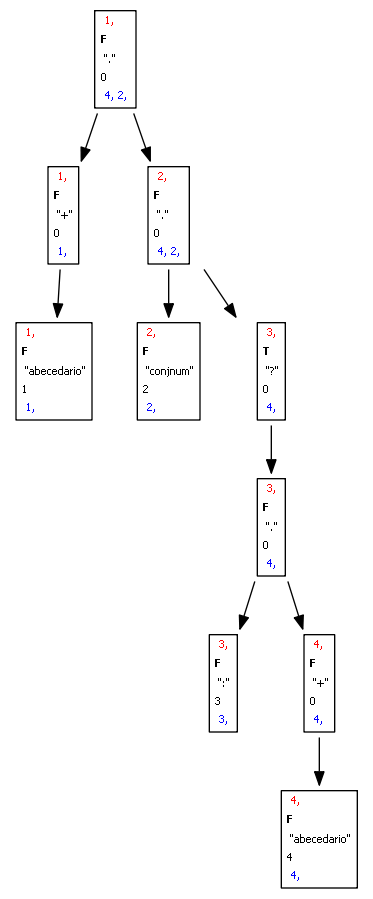
Earlier version of the Graphviz export arbol0.png (sergio201801442/OLC1_Practica1_201801442). Its source is kept beside it as arbol0.dot.
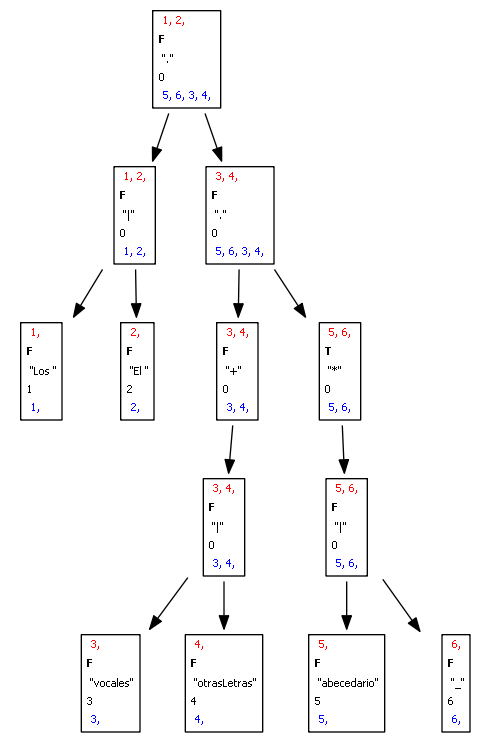
After the change.

Diff of the diagram source:
```diff
@@ -1,82 +1,106 @@
 digraph D {
 
-  node [shape=plaintext fontname="Sans serif" fontsize="8"];1526925548 [ label=<
+  node [shape=plaintext fontname="Sans serif" fontsize="8"];1160355335 [ label=<
+   <table border="1" cellborder="0" cellspacing="1">
+ <tr><td align="left"> <font color="red">1, 2, </font></td></tr>
+<tr><td align="left"><b>F</b></td></tr>
+<tr><td align="left"> "."</td></tr>
+     <tr><td align="left">0</td></tr>
+ <tr><td align="left"> <font color="blue">5, 6, 3, 4, </font></td></tr>
+   </table>>];1963203236 [ label=<
+   <table border="1" cellborder="0" cellspacing="1">
+ <tr><td align="left"> <font color="red">1, 2, </font></td></tr>
+<tr><td align="left"><b>F</b></td></tr>
+<tr><td align="left"> "|"</td></tr>
+     <tr><td align="left">0</td></tr>
+ <tr><td align="left"> <font color="blue">1, 2, </font></td></tr>
+   </table>>];189386861 [ label=<
    <table border="1" cellborder="0" cellspacing="1">
  <tr><td align="left"> <font color="red">1, </font></td></tr>
 <tr><td align="left"><b>F</b></td></tr>
+<tr><td align="left"> "Los "</td></tr>
+     <tr><td align="left">1</td></tr>
+ <tr><td align="left"> <font color="blue">1, </font></td></tr>
+   </table>>];1963203236->189386861
+1680685339 [ label=<
+   <table border="1" cellborder="0" cellspacing="1">
+ <tr><td align="left"> <font color="red">2, </font></td></tr>
+<tr><td align="left"><b>F</b></td></tr>
+<tr><td align="left"> "El "</td></tr>
+     <tr><td align="left">2</td></tr>
+ <tr><td align="left"> <font color="blue">2, </font></td></tr>
+   </table>>];1963203236->1680685339
+1160355335->1963203236
+1836927551 [ label=<
+   <table border="1" cellborder="0" cellspacing="1">
+ <tr><td align="left"> <font color="red">3, 4, </font></td></tr>
+<tr><td align="left"><b>F</b></td></tr>
 <tr><td align="left"> "."</td></tr>
      <tr><td align="left">0</td></tr>
- <tr><td align="left"> <font color="blue">4, 2, </font></td></tr>
-   </table>>];616329364 [ label=<
+ <tr><td align="left"> <font color="blue">5, 6, 3, 4, </font></td></tr>
+   </table>>];947502094 [ label=<
    <table border="1" cellborder="0" cellspacing="1">
- <tr><td align="left"> <font color="red">1, </font></td></tr>
+ <tr><td align="left"> <font color="red">3, 4, </font></td></tr>
 <tr><td align="left"><b>F</b></td></tr>
 <tr><td align="left"> "+"</td></tr>
      <tr><td align="left">0</td></tr>
- <tr><td align="left"> <font color="blue">1, </font></td></tr>
-   </table>>];574749201 [ label=<
+ <tr><td align="left"> <font color="blue">3, 4, </font></td></tr>
+   </table>>];2113325524 [ label=<
    <table border="1" cellborder="0" cellspacing="1">
- <tr><td align="left"> <font color="red">1, </font></td></tr>
+ <tr><td align="left"> <font color="red">3, 4, </font></td></tr>
 <tr><td align="left"><b>F</b></td></tr>
-<tr><td align="left"> "abecedario"</td></tr>
-     <tr><td align="left">1</td></tr>
- <tr><td align="left"> <font color="blue">1, </font></td></tr>
-   </table>>];616329364->574749201
-1526925548->616329364
-8215914 [ label=<
-   <table border="1" cellborder="0" cellspacing="1">
- <tr><td align="left"> <font color="red">2, </font></td></tr>
-<tr><td align="left"><b>F</b></td></tr>
-<tr><td align="left"> "."</td></tr>
+<tr><td align="left"> "|"</td></tr>
      <tr><td align="left">0</td></tr>
- <tr><td align="left"> <font color="blue">4, 2, </font></td></tr>
-   </table>>];1132093921 [ label=<
-   <table border="1" cellborder="0" cellspacing="1">
- <tr><td align="left"> <font color="red">2, </font></td></tr>
-<tr><td align="left"><b>F</b></td></tr>
-<tr><td align="left"> "conjnum"</td></tr>
-     <tr><td align="left">2</td></tr>
- <tr><td align="left"> <font color="blue">2, </font></td></tr>
-   </table>>];8215914->1132093921
-75862474 [ label=<
-   <table border="1" cellborder="0" cellspacing="1">
- <tr><td align="left"> <font color="red">3, </font></td></tr>
-<tr><td align="left"><b>T</b></td></tr>
-<tr><td align="left"> "?"</td></tr>
-     <tr><td align="left">0</td></tr>
- <tr><td align="left"> <font color="blue">4, </font></td></tr>
-   </table>>];691630649 [ label=<
+ <tr><td align="left"> <font color="blue">3, 4, </font></td></tr>
+   </table>>];1881064080 [ label=<
    <table border="1" cellborder="0" cellspacing="1">
  <tr><td align="left"> <font color="red">3, </font></td></tr>
 <tr><td align="left"><b>F</b></td></tr>
-<tr><td align="left"> "."</td></tr>
-     <tr><td align="left">0</td></tr>
- <tr><td align="left"> <font color="blue">4, </font></td></tr>
-   </table>>];1137044601 [ label=<
-   <table border="1" cellborder="0" cellspacing="1">
- <tr><td align="left"> <font color="red">3, </font></td></tr>
-<tr><td align="left"><b>F</b></td></tr>
-<tr><td align="left"> ":"</td></tr>
+<tr><td align="left"> "vocales"</td></tr>
      <tr><td align="left">3</td></tr>
  <tr><td align="left"> <font color="blue">3, </font></td></tr>
-   </table>>];691630649->1137044601
-1403058313 [ label=<
+   </table>>];2113325524->1881064080
+1999983134 [ label=<
    <table border="1" cellborder="0" cellspacing="1">
  <tr><td align="left"> <font color="red">4, </font></td></tr>
 <tr><td align="left"><b>F</b></td></tr>
-<tr><td align="left"> "+"</td></tr>
+<tr><td align="left"> "otrasLetras"</td></tr>
+     <tr><td align="left">4</td></tr>
+ <tr><td align="left"> <font color="blue">4, </font></td></tr>
+   </table>>];2113325524->1999983134
+947502094->2113325524
+1836927551->947502094
+39389498 [ label=<
+   <table border="1" cellborder="0" cellspacing="1">
+ <tr><td align="left"> <font color="red">5, 6, </font></td></tr>
+<tr><td align="left"><b>T</b></td></tr>
+<tr><td align="left"> "*"</td></tr>
      <tr><td align="left">0</td></tr>
- <tr><td align="left"> <font color="blue">4, </font></td></tr>
-   </table>>];2072197366 [ label=<
+ <tr><td align="left"> <font color="blue">5, 6, </font></td></tr>
+   </table>>];1227540684 [ label=<
    <table border="1" cellborder="0" cellspacing="1">
- <tr><td align="left"> <font color="red">4, </font></td></tr>
+ <tr><td align="left"> <font color="red">5, 6, </font></td></tr>
+<tr><td align="left"><b>F</b></td></tr>
+<tr><td align="left"> "|"</td></tr>
+     <tr><td align="left">0</td></tr>
+ <tr><td align="left"> <font color="blue">5, 6, </font></td></tr>
+   </table>>];1336314171 [ label=<
+   <table border="1" cellborder="0" cellspacing="1">
+ <tr><td align="left"> <font color="red">5, </font></td></tr>
 <tr><td align="left"><b>F</b></td></tr>
 <tr><td align="left"> "abecedario"</td></tr>
-     <tr><td align="left">4</td></tr>
- <tr><td align="left"> <font color="blue">4, </font></td></tr>
-   </table>>];1403058313->2072197366
-691630649->1403058313
-75862474->691630649
-8215914->75862474
-1526925548->8215914
+     <tr><td align="left">5</td></tr>
+ <tr><td align="left"> <font color="blue">5, </font></td></tr>
+   </table>>];1227540684->1336314171
+316577651 [ label=<
+   <table border="1" cellborder="0" cellspacing="1">
+ <tr><td align="left"> <font color="red">6, </font></td></tr>
+<tr><td align="left"><b>F</b></td></tr>
+<tr><td align="left"> "_"</td></tr>
+     <tr><td align="left">6</td></tr>
+ <tr><td align="left"> <font color="blue">6, </font></td></tr>
+   </table>>];1227540684->316577651
+39389498->1227540684
+1836927551->39389498
+1160355335->1836927551
  }
```
